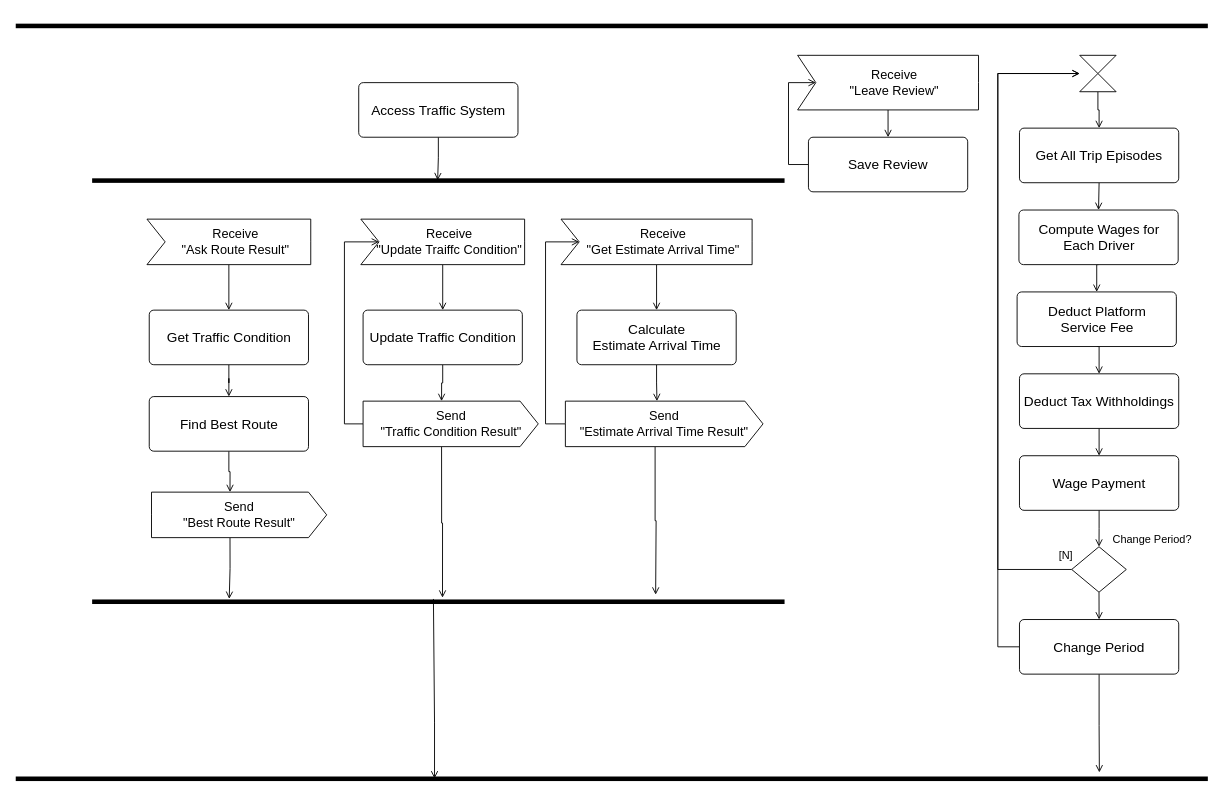
This is page "Page-7" (7 of 10) of diagram.drawio from mypark3424/AbstractFactoryChallenge, a draw.io file, before an edit. Source tidied: cells renumbered, new cells numbered last; positions are measured from the earlier drawing's top-left corner, leaving out a move shared by most shapes. Both pictures are drawn from the tidied source at 91%, with x=0, y=0 at pixel (147, -571).
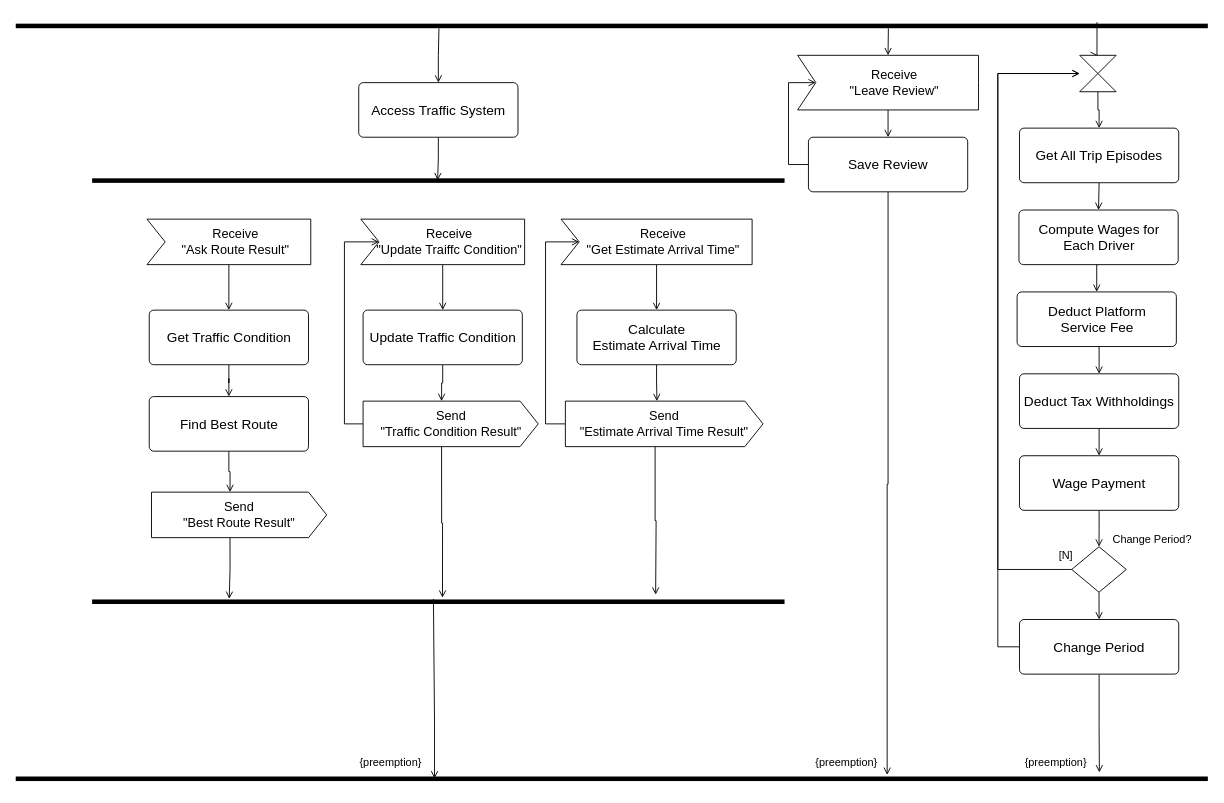
The same page after the edit.

Unchanged cells that the change refers to:
```xml
<mxCell id="4" style="html=1;points=[];perimeter=orthogonalPerimeter;fillColor=#000000;strokeColor=none;fontFamily=Helvetica;fontSize=15;fontColor=default;rotation=-90;" parent="1" vertex="1">
  <mxGeometry x="508.3" width="5" height="1310" as="geometry" />
</mxCell>
<mxCell id="6" value="Access Traffic System" style="html=1;align=center;verticalAlign=middle;rounded=1;absoluteArcSize=1;arcSize=10;dashed=0;fontFamily=Helvetica;fontSize=15;fontColor=default;" parent="1" vertex="1">
  <mxGeometry x="232.7" y="717.3" width="175" height="60" as="geometry" />
</mxCell>
<mxCell id="13" value="Receive&lt;br&gt;&quot;Leave Review&quot;" style="html=1;shape=mxgraph.infographic.ribbonSimple;notch1=20;notch2=0;align=center;verticalAlign=middle;fontSize=14;fontStyle=0;fillColor=#FFFFFF;flipH=0;spacingRight=0;spacingLeft=14;fontFamily=Helvetica;fontColor=default;" parent="1" vertex="1">
  <mxGeometry x="715" y="687.3" width="198.8" height="60" as="geometry" />
</mxCell>
<mxCell id="15" value="Save Review" style="html=1;align=center;verticalAlign=middle;rounded=1;absoluteArcSize=1;arcSize=10;dashed=0;fontFamily=Helvetica;fontSize=15;fontColor=default;" parent="1" vertex="1">
  <mxGeometry x="726.9" y="777.3" width="175" height="60" as="geometry" />
</mxCell>
<mxCell id="33" style="shape=collate;whiteSpace=wrap;html=1;fontFamily=Helvetica;fontSize=15;fontColor=default;" parent="1" vertex="1">
  <mxGeometry x="1025" y="687.3" width="40" height="40" as="geometry" />
</mxCell>
<mxCell id="52" style="html=1;points=[];perimeter=orthogonalPerimeter;fillColor=#000000;strokeColor=none;fontFamily=Helvetica;fontSize=15;fontColor=default;rotation=-90;" parent="1" vertex="1">
  <mxGeometry x="508.3" y="827.3" width="5" height="1310" as="geometry" />
</mxCell>
```

The edit, as a diff of the source:
```diff
@@
+    <mxCell id="55" style="edgeStyle=orthogonalEdgeStyle;rounded=0;jettySize=auto;html=1;exitX=0.5;exitY=0;exitDx=0;exitDy=0;entryX=-0.024;entryY=0.355;entryDx=0;entryDy=0;entryPerimeter=0;startArrow=open;startFill=0;endArrow=none;endFill=0;" parent="1" edge="1" source="6" target="4">
+      <mxGeometry relative="1" as="geometry" />
+    </mxCell>
@@
+    <mxCell id="56" style="edgeStyle=orthogonalEdgeStyle;rounded=0;jettySize=auto;html=1;exitX=0;exitY=0;exitDx=99.375;exitDy=0;exitPerimeter=0;entryX=-0.024;entryY=0.732;entryDx=0;entryDy=0;entryPerimeter=0;startArrow=open;startFill=0;endArrow=none;endFill=0;" parent="1" edge="1" source="13" target="4">
+      <mxGeometry relative="1" as="geometry" />
+    </mxCell>
@@
+    <mxCell id="57" style="edgeStyle=orthogonalEdgeStyle;rounded=0;jettySize=auto;html=1;exitX=0.5;exitY=1;exitDx=0;exitDy=0;entryX=1.337;entryY=0.731;entryDx=0;entryDy=0;entryPerimeter=0;startArrow=none;startFill=0;endArrow=open;endFill=0;" parent="1" edge="1" source="15" target="52">
+      <mxGeometry relative="1" as="geometry" />
+    </mxCell>
@@
+    <mxCell id="58" style="edgeStyle=orthogonalEdgeStyle;rounded=0;jettySize=auto;html=1;exitX=0.5;exitY=0;exitDx=0;exitDy=0;entryX=1.31;entryY=0.907;entryDx=0;entryDy=0;entryPerimeter=0;startArrow=open;startFill=0;endArrow=none;endFill=0;" parent="1" edge="1" source="33" target="4">
+      <mxGeometry relative="1" as="geometry" />
+    </mxCell>
@@
+    <mxCell id="59" value="{preemption}" style="text;html=1;strokeColor=none;fillColor=none;align=center;verticalAlign=middle;whiteSpace=wrap;rounded=0;" parent="1" vertex="1">
+      <mxGeometry x="969" y="1450" width="60" height="30" as="geometry" />
+    </mxCell>
+    <mxCell id="60" value="{preemption}" style="text;html=1;strokeColor=none;fillColor=none;align=center;verticalAlign=middle;whiteSpace=wrap;rounded=0;" parent="1" vertex="1">
+      <mxGeometry x="237.5" y="1450" width="60" height="30" as="geometry" />
+    </mxCell>
+    <mxCell id="61" value="{preemption}" style="text;html=1;strokeColor=none;fillColor=none;align=center;verticalAlign=middle;whiteSpace=wrap;rounded=0;" parent="1" vertex="1">
+      <mxGeometry x="739" y="1450" width="60" height="30" as="geometry" />
+    </mxCell>
```
